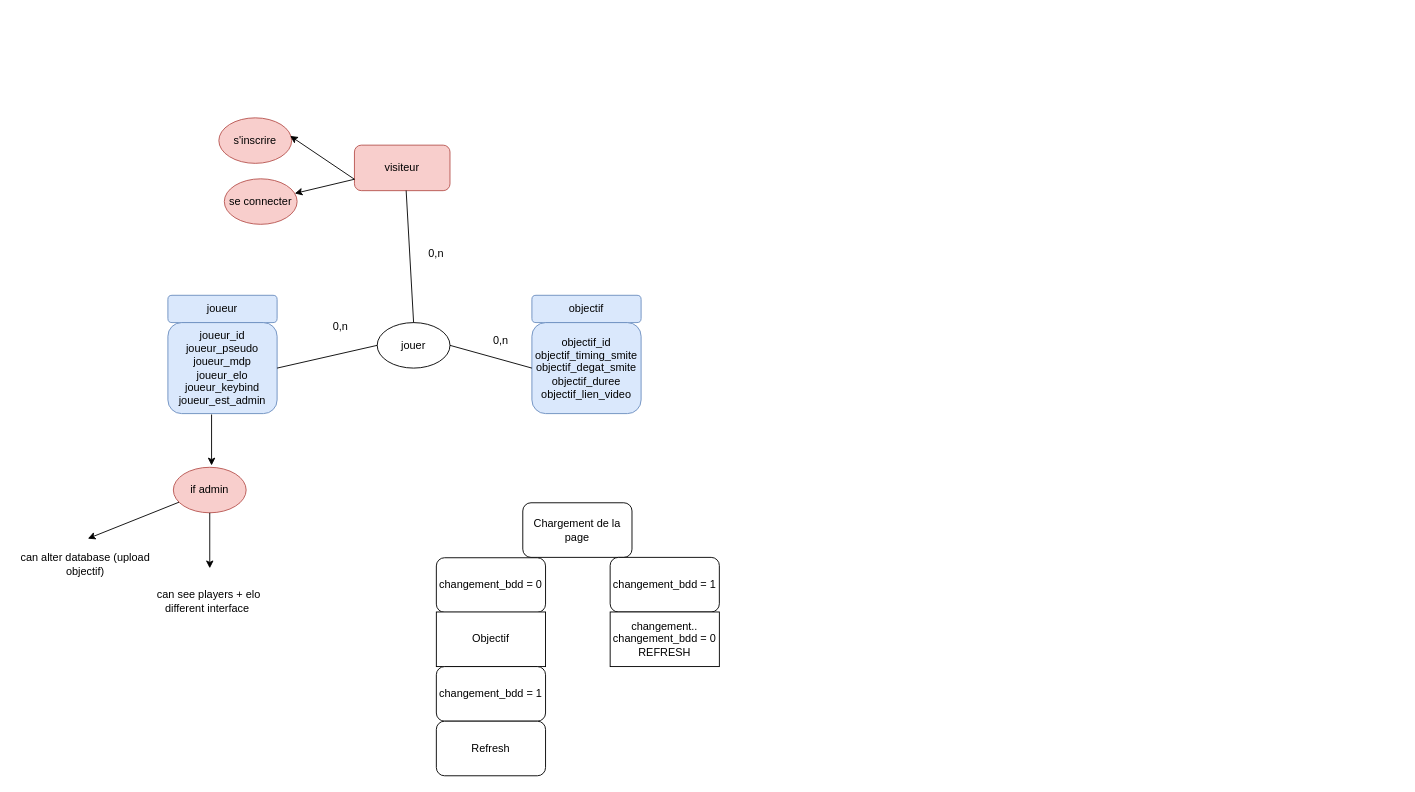
Earlier version of the draw.io diagram Untitled Diagram.drawio (402rayan/Pop_smite). Source tidied: cells renumbered, new cells numbered last; positions are measured from the earlier drawing's top-left corner, leaving out a move shared by most shapes. Both pictures are drawn from the tidied source at 91%, with x=0, y=0 at pixel (15, 117).
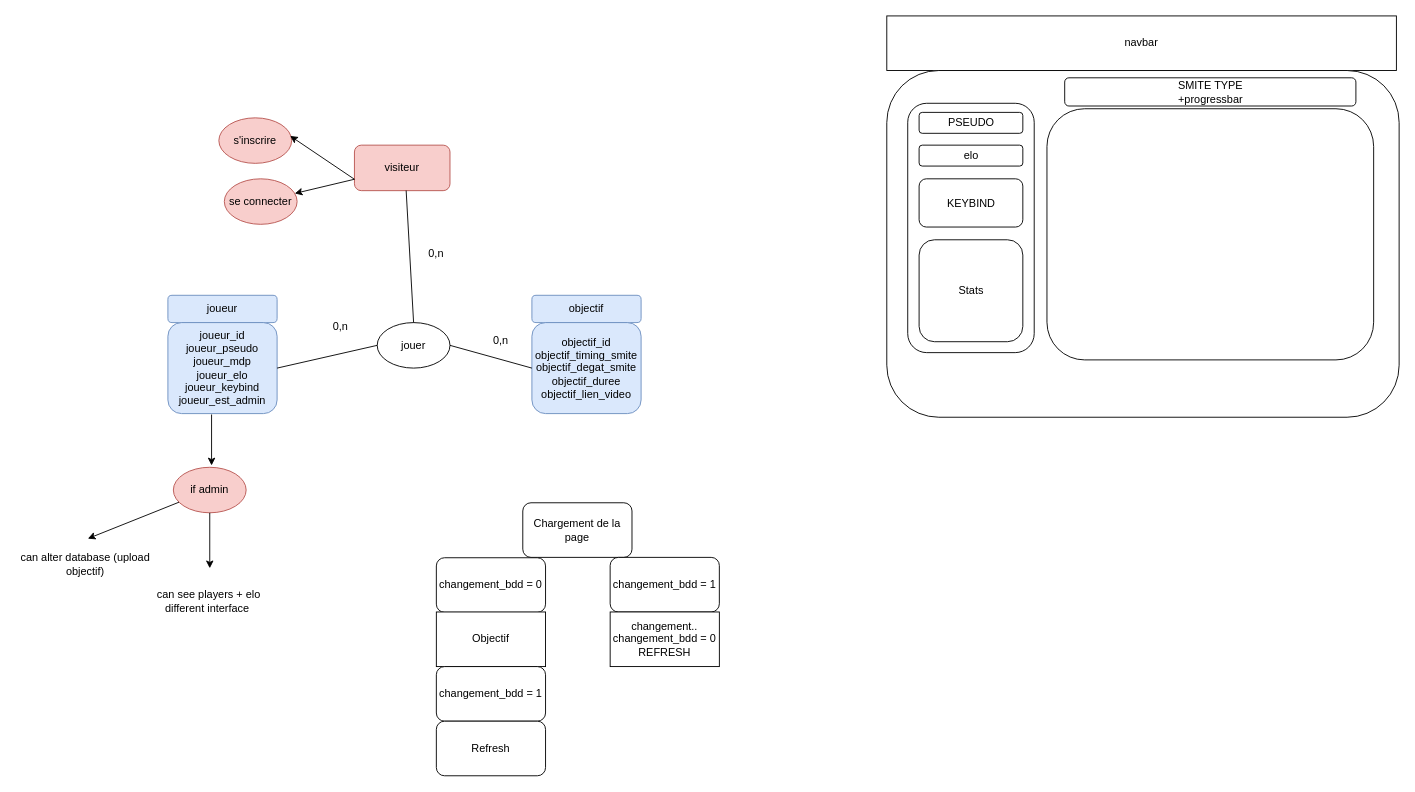
The same page after the edit.

Diff of the diagram source:
```diff
@@
+    <mxCell id="31" value="navbar" style="rounded=0;whiteSpace=wrap;html=1;" parent="1" vertex="1">
+      <mxGeometry x="957" y="-112" width="560" height="60" as="geometry" />
+    </mxCell>
+    <mxCell id="32" style="rounded=1;whiteSpace=wrap;html=1;" parent="1" vertex="1">
+      <mxGeometry x="957" y="-52" width="563" height="381" as="geometry" />
+    </mxCell>
+    <mxCell id="33" style="rounded=1;whiteSpace=wrap;html=1;" parent="1" vertex="1">
+      <mxGeometry x="1133" y="-10" width="359" height="276" as="geometry" />
+    </mxCell>
+    <mxCell id="34" style="rounded=1;whiteSpace=wrap;html=1;" parent="1" vertex="1">
+      <mxGeometry x="980" y="-16" width="139" height="274" as="geometry" />
+    </mxCell>
+    <mxCell id="35" value="PSEUDO" style="rounded=1;whiteSpace=wrap;html=1;" parent="1" vertex="1">
+      <mxGeometry x="992.5" y="-6" width="114" height="23" as="geometry" />
+    </mxCell>
+    <mxCell id="36" value="SMITE TYPE&lt;br&gt;+progressbar" style="rounded=1;whiteSpace=wrap;html=1;" parent="1" vertex="1">
+      <mxGeometry x="1152.5" y="-44" width="320" height="31" as="geometry" />
+    </mxCell>
+    <mxCell id="37" value="elo" style="rounded=1;whiteSpace=wrap;html=1;" parent="1" vertex="1">
+      <mxGeometry x="992.5" y="30" width="114" height="23" as="geometry" />
+    </mxCell>
+    <mxCell id="38" value="KEYBIND" style="rounded=1;whiteSpace=wrap;html=1;" parent="1" vertex="1">
+      <mxGeometry x="992.5" y="67" width="114" height="53" as="geometry" />
+    </mxCell>
+    <mxCell id="39" value="Stats" style="rounded=1;whiteSpace=wrap;html=1;" parent="1" vertex="1">
+      <mxGeometry x="992.5" y="134" width="114" height="112" as="geometry" />
+    </mxCell>
```
